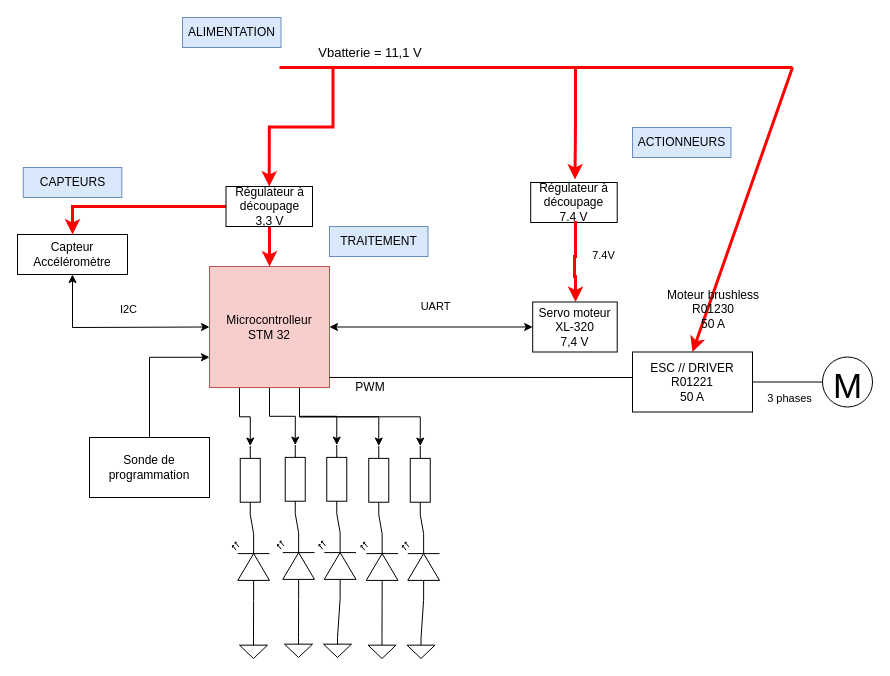
Earlier version of the draw.io diagram Hardware/Schéma Hardaware.drawio (RayenENSEA/DRAGSTER). Source tidied: cells renumbered, new cells numbered last; positions are measured from the earlier drawing's top-left corner, leaving out a move shared by most shapes. Both pictures are drawn from the tidied source at 100%, with x=0, y=0 at pixel (17, 17).
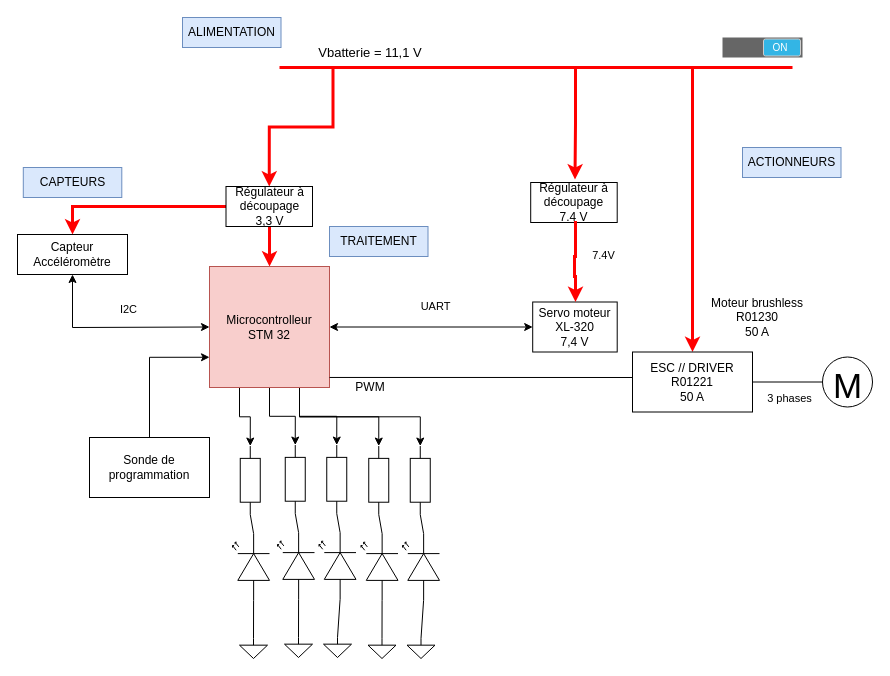
The same page after the edit.

Commit message:
Mettre à jour Schéma Hardaware.drawio

Unchanged cells that the change refers to:
```xml
<mxCell id="61" value="ESC // DRIVER&lt;br&gt;R01221&lt;br&gt;50 A" style="rounded=0;whiteSpace=wrap;html=1;" parent="1" vertex="1">
  <mxGeometry x="615" y="334.5" width="120" height="60" as="geometry" />
</mxCell>
```

Diff of the diagram source:
```diff
@@
     <mxCell id="19" style="endArrow=classic;html=1;rounded=0;entryX=0.5;entryY=0;entryDx=0;entryDy=0;fillColor=#f8cecc;strokeColor=#FF0000;strokeWidth=3;" parent="1" edge="1" target="61">
       <mxGeometry relative="1" as="geometry">
-        <mxPoint x="775" y="50" as="sourcePoint" />
+        <mxPoint x="675" y="50" as="sourcePoint" />
+        <Array as="points">
+          <mxPoint x="675" y="190" />
+        </Array>
       </mxGeometry>
     </mxCell>
     <mxCell id="20" value="Moteur brushless&lt;br&gt;R01230&lt;br&gt;50 A" style="text;html=1;strokeColor=none;fillColor=none;align=center;verticalAlign=middle;whiteSpace=wrap;rounded=0;" parent="1" vertex="1">
-      <mxGeometry x="640.5" y="277" width="110" height="30" as="geometry" />
+      <mxGeometry x="685" y="284.5" width="110" height="30" as="geometry" />
     </mxCell>
@@
     <mxCell id="22" value="ACTIONNEURS" style="text;html=1;strokeColor=#6c8ebf;fillColor=#dae8fc;align=center;verticalAlign=middle;whiteSpace=wrap;rounded=0;" parent="1" vertex="1">
-      <mxGeometry x="615" y="110" width="98.5" height="30" as="geometry" />
+      <mxGeometry x="725" y="130" width="98.5" height="30" as="geometry" />
     </mxCell>
@@
+    <mxCell id="64" style="verticalLabelPosition=bottom;verticalAlign=top;html=1;shadow=0;dashed=0;strokeWidth=1;shape=mxgraph.android.switch_on;fillColor=#666666;sketch=0;" parent="1" vertex="1">
+      <mxGeometry x="705" y="20" width="80" height="20" as="geometry" />
+    </mxCell>
```
